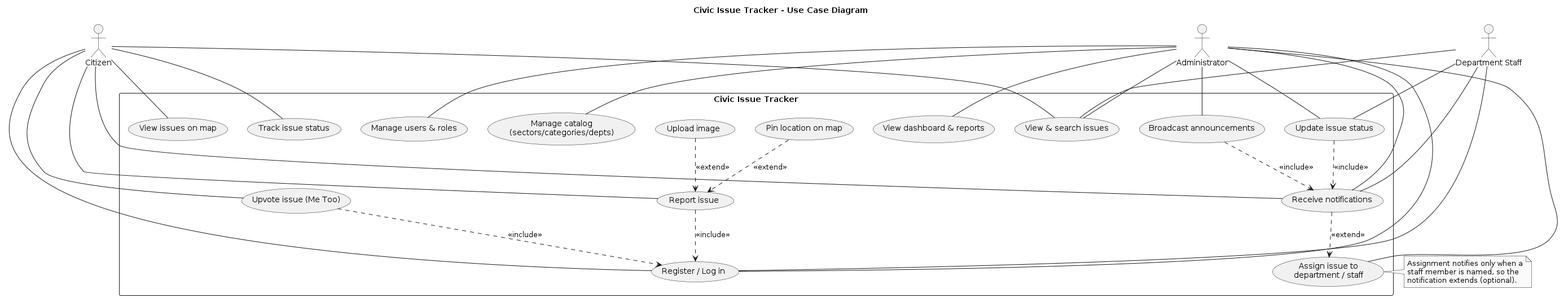
Earlier version of the PlantUML export docs/diagrams/use-case.png (manojkumaranna07-svg/civic-issue-tracker). The source it was exported from:
```plantuml
@startuml
skinparam monochrome true
skinparam shadowing false
title Civic Issue Tracker - Use Case Diagram

actor Citizen
actor Administrator
actor "Department Staff" as Staff

rectangle "Civic Issue Tracker" {
  usecase "Register / Log in" as UC_Auth
  usecase "Report issue" as UC_Report
  usecase "Upload image" as UC_Image
  usecase "Pin location on map" as UC_Pin
  usecase "View & search issues" as UC_View
  usecase "View issues on map" as UC_Map
  usecase "Upvote issue (Me Too)" as UC_Upvote
  usecase "Track issue status" as UC_Track
  usecase "Receive notifications" as UC_Notify
  usecase "Update issue status" as UC_Status
  usecase "Assign issue to\ndepartment / staff" as UC_Assign
  usecase "Manage catalog\n(sectors/categories/depts)" as UC_Catalog
  usecase "Manage users & roles" as UC_Users
  usecase "Broadcast announcements" as UC_Announce
  usecase "View dashboard & reports" as UC_Dash
}

Citizen -- UC_Auth
Citizen -- UC_Report
Citizen -- UC_View
Citizen -- UC_Map
Citizen -- UC_Upvote
Citizen -- UC_Track
Citizen -- UC_Notify

Administrator -- UC_Auth
Administrator -- UC_View
Administrator -- UC_Status
Administrator -- UC_Assign
Administrator -- UC_Catalog
Administrator -- UC_Users
Administrator -- UC_Announce
Administrator -- UC_Dash
Administrator -- UC_Notify

Staff -- UC_Auth
Staff -- UC_View
Staff -- UC_Status
Staff -- UC_Notify

UC_Image ..> UC_Report : <<extend>>
UC_Pin ..> UC_Report : <<extend>>
UC_Report ..> UC_Auth : <<include>>
UC_Upvote ..> UC_Auth : <<include>>
UC_Status ..> UC_Notify : <<include>>
UC_Notify ..> UC_Assign : <<extend>>
UC_Announce ..> UC_Notify : <<include>>
note right of UC_Assign
  Assignment notifies only when a
  staff member is named, so the
  notification extends (optional).
end note
@enduml
```
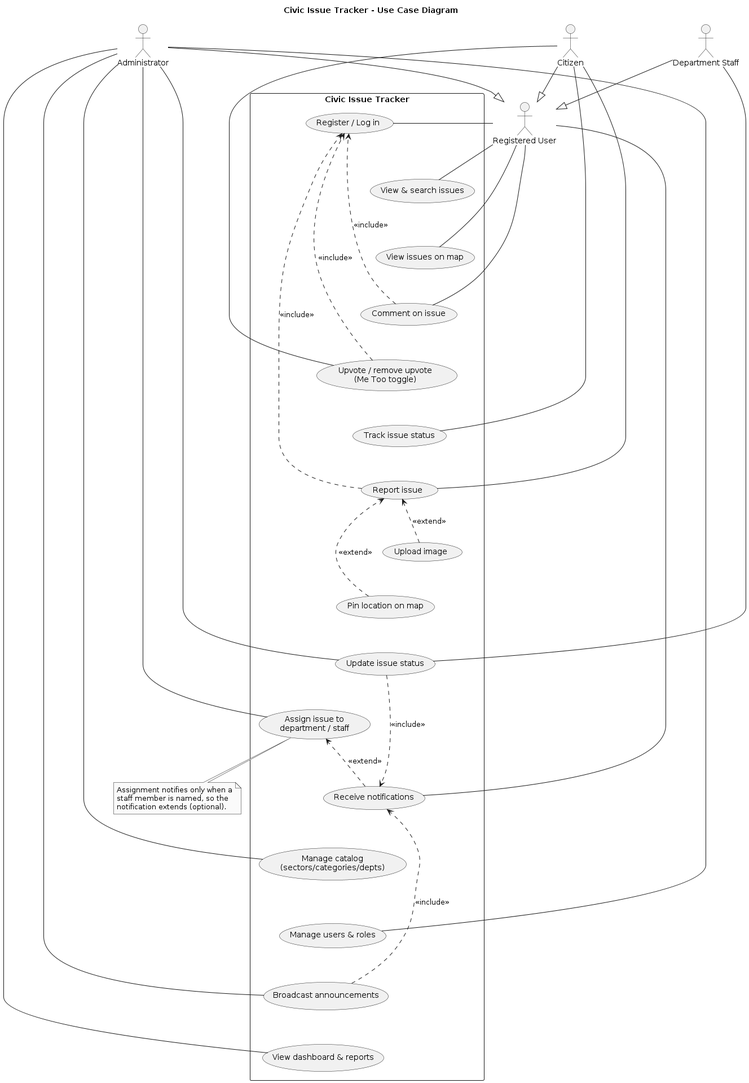
Above is the later version.

Diff of the diagram source:
```diff
@@ -1,61 +1,80 @@
 @startuml
 skinparam monochrome true
 skinparam shadowing false
+top to bottom direction
 title Civic Issue Tracker - Use Case Diagram
 
 actor Citizen
+actor "Registered User" as User
+actor "Department Staff" as Staff
 actor Administrator
-actor "Department Staff" as Staff
+
+Citizen --|> User
+Staff --|> User
+Administrator --|> User
 
 rectangle "Civic Issue Tracker" {
   usecase "Register / Log in" as UC_Auth
+  usecase "View & search issues" as UC_View
+  usecase "View issues on map" as UC_Map
+  usecase "Comment on issue" as UC_Comment
+  usecase "Upvote / remove upvote\n(Me Too toggle)" as UC_Upvote
+  usecase "Track issue status" as UC_Track
   usecase "Report issue" as UC_Report
   usecase "Upload image" as UC_Image
   usecase "Pin location on map" as UC_Pin
-  usecase "View & search issues" as UC_View
-  usecase "View issues on map" as UC_Map
-  usecase "Upvote issue (Me Too)" as UC_Upvote
-  usecase "Track issue status" as UC_Track
-  usecase "Receive notifications" as UC_Notify
   usecase "Update issue status" as UC_Status
   usecase "Assign issue to\ndepartment / staff" as UC_Assign
+  usecase "Receive notifications" as UC_Notify
   usecase "Manage catalog\n(sectors/categories/depts)" as UC_Catalog
   usecase "Manage users & roles" as UC_Users
   usecase "Broadcast announcements" as UC_Announce
   usecase "View dashboard & reports" as UC_Dash
 }
 
-Citizen -- UC_Auth
+UC_Auth -[hidden]d- UC_View
+UC_View -[hidden]d- UC_Map
+UC_Map -[hidden]d- UC_Comment
+UC_Comment -[hidden]d- UC_Upvote
+UC_Upvote -[hidden]d- UC_Track
+UC_Track -[hidden]d- UC_Report
+UC_Report -[hidden]d- UC_Image
+UC_Image -[hidden]d- UC_Pin
+UC_Pin -[hidden]d- UC_Status
+UC_Status -[hidden]d- UC_Assign
+UC_Assign -[hidden]d- UC_Notify
+UC_Notify -[hidden]d- UC_Catalog
+UC_Catalog -[hidden]d- UC_Users
+UC_Users -[hidden]d- UC_Announce
+UC_Announce -[hidden]d- UC_Dash
+
+User -- UC_Auth
+User -- UC_View
+User -- UC_Map
+User -- UC_Comment
+User -- UC_Notify
+
 Citizen -- UC_Report
-Citizen -- UC_View
-Citizen -- UC_Map
 Citizen -- UC_Upvote
 Citizen -- UC_Track
-Citizen -- UC_Notify
 
-Administrator -- UC_Auth
-Administrator -- UC_View
+Staff -- UC_Status
 Administrator -- UC_Status
 Administrator -- UC_Assign
 Administrator -- UC_Catalog
 Administrator -- UC_Users
 Administrator -- UC_Announce
 Administrator -- UC_Dash
-Administrator -- UC_Notify
-
-Staff -- UC_Auth
-Staff -- UC_View
-Staff -- UC_Status
-Staff -- UC_Notify
 
 UC_Image ..> UC_Report : <<extend>>
 UC_Pin ..> UC_Report : <<extend>>
 UC_Report ..> UC_Auth : <<include>>
 UC_Upvote ..> UC_Auth : <<include>>
+UC_Comment ..> UC_Auth : <<include>>
 UC_Status ..> UC_Notify : <<include>>
+UC_Announce ..> UC_Notify : <<include>>
 UC_Notify ..> UC_Assign : <<extend>>
-UC_Announce ..> UC_Notify : <<include>>
-note right of UC_Assign
+note bottom of UC_Assign
   Assignment notifies only when a
   staff member is named, so the
   notification extends (optional).
```
